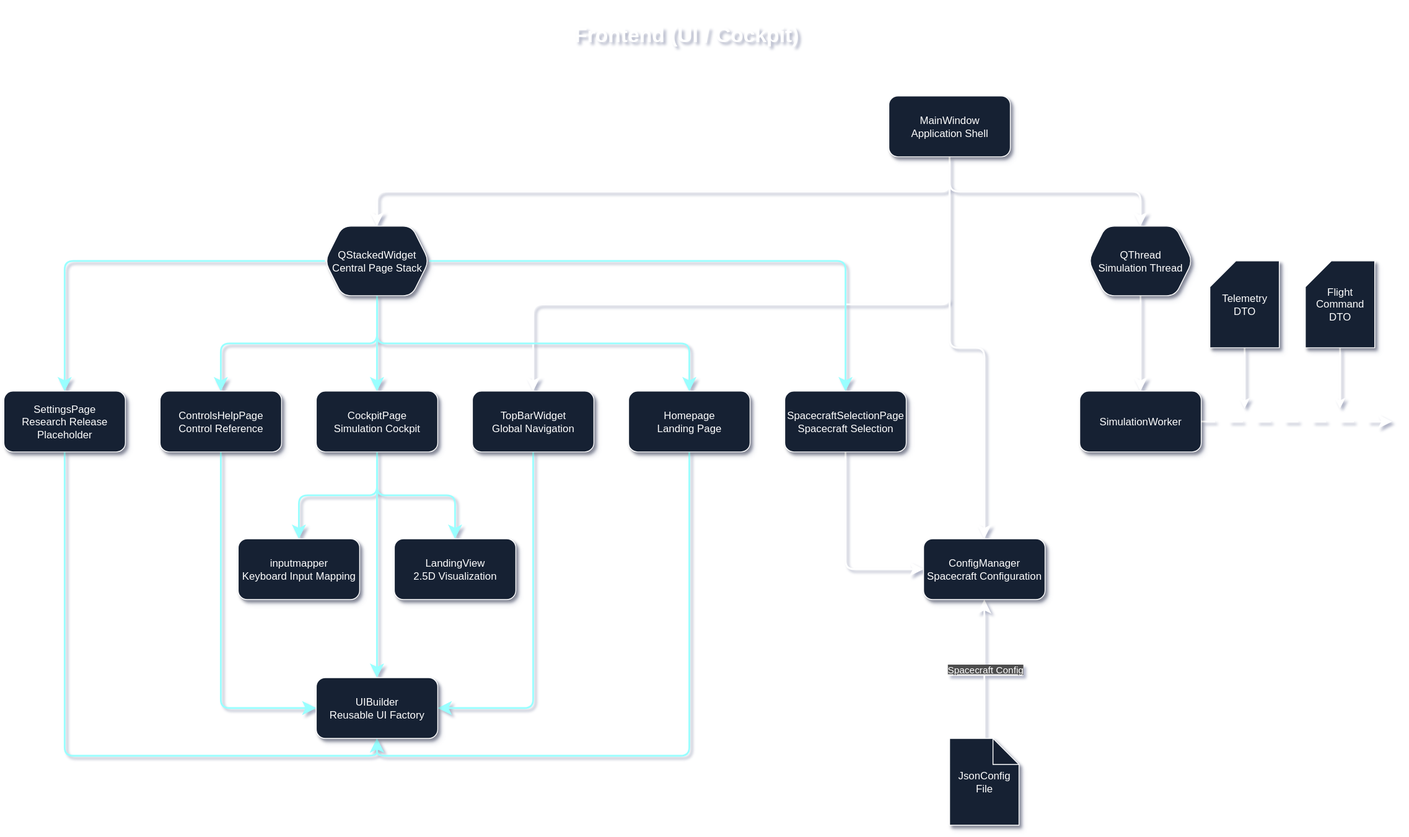
Above: static/img/architecture/FrontEnd.drawio.svg in gerd-lrt-dev/aerospace-simulation (draw.io), before the change. Source tidied: cells renumbered, new cells last; positions are measured from the earlier drawing's top-left corner, leaving out a move shared by most shapes.
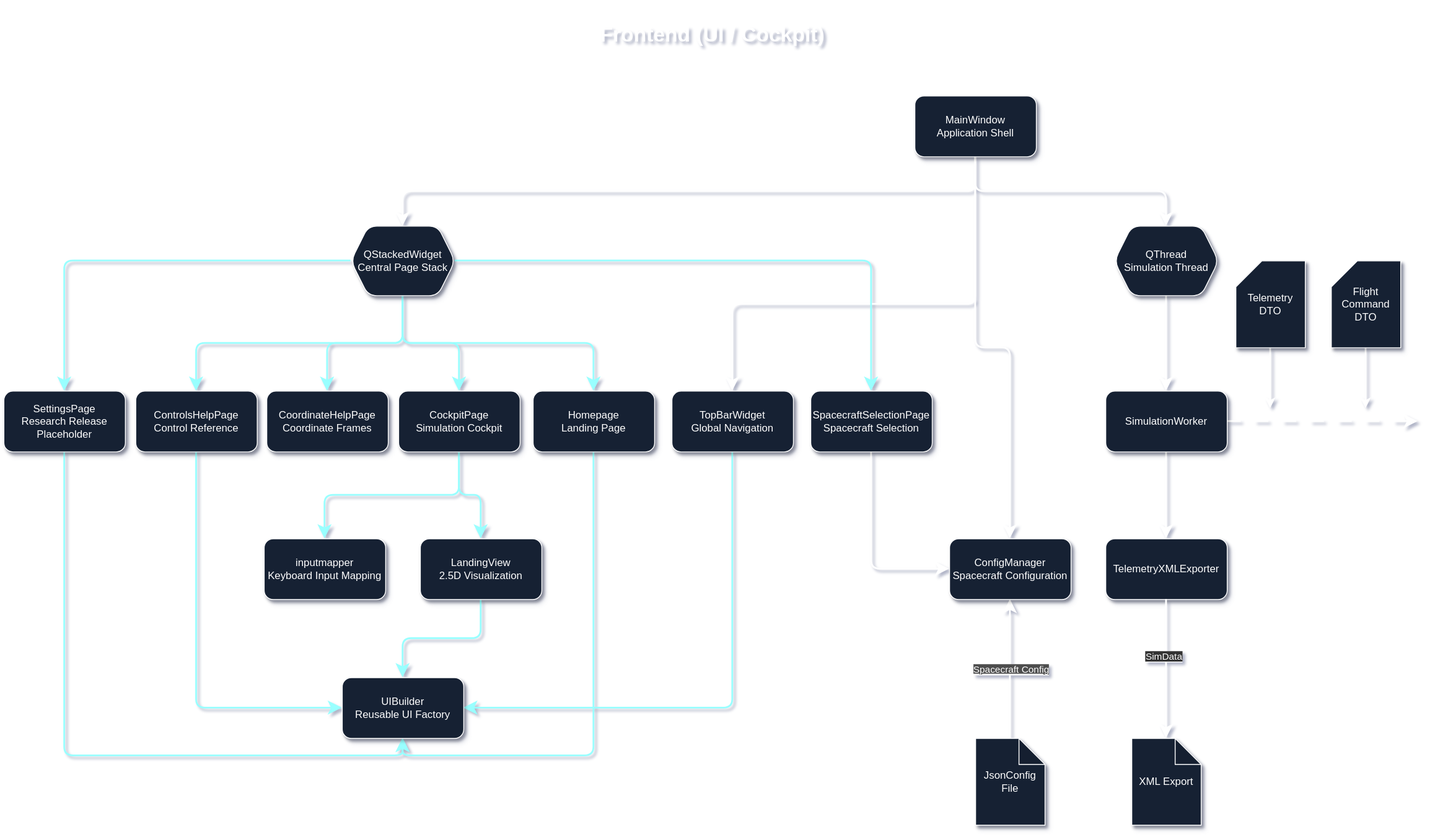
After the change.

Commit message:
Add adapted overview and frontend architecture svg

Diff of the diagram source:
```diff
@@ -35,7 +35,7 @@
       <mxGeometry relative="1" as="geometry">
         <Array as="points">
           <mxPoint x="1090" y="350" />
-          <mxPoint x="610" y="350" />
+          <mxPoint x="810" y="350" />
         </Array>
       </mxGeometry>
     </mxCell>
@@ -50,6 +50,9 @@
         <mxPoint x="1600" y="485" as="targetPoint" />
       </mxGeometry>
     </mxCell>
+    <mxCell id="44" style="edgeStyle=orthogonalEdgeStyle;rounded=1;jettySize=auto;html=1;exitX=0.5;exitY=1;exitDx=0;exitDy=0;entryX=0.5;entryY=0;entryDx=0;entryDy=0;strokeColor=#FFFFFF;strokeWidth=2;align=center;verticalAlign=middle;fontFamily=Helvetica;fontSize=11;fontColor=default;labelBackgroundColor=default;jumpSize=10;startSize=10;endArrow=classic;endSize=10;curved=0;" parent="1" edge="1" source="14" target="49">
+      <mxGeometry relative="1" as="geometry" />
+    </mxCell>
     <mxCell id="14" value="&lt;font color=&quot;#ffffff&quot;&gt;SimulationWorker&lt;/font&gt;" style="rounded=1;whiteSpace=wrap;html=1;strokeColor=#FFFFFF;fillColor=#162133;shadow=1;" parent="1" vertex="1">
       <mxGeometry x="1240" y="450" width="140" height="70" as="geometry" />
     </mxCell>
@@ -74,6 +77,9 @@
     <mxCell id="21" style="edgeStyle=orthogonalEdgeStyle;rounded=1;jettySize=auto;html=1;exitX=0;exitY=0.5;exitDx=0;exitDy=0;entryX=0.5;entryY=0;entryDx=0;entryDy=0;strokeColor=#99FFFF;strokeWidth=2;align=center;verticalAlign=middle;fontFamily=Helvetica;fontSize=11;fontColor=default;labelBackgroundColor=default;jumpSize=10;startSize=10;endArrow=classic;endSize=10;curved=0;" parent="1" edge="1" source="22" target="24">
       <mxGeometry relative="1" as="geometry" />
     </mxCell>
+    <mxCell id="45" style="edgeStyle=orthogonalEdgeStyle;rounded=1;jettySize=auto;html=1;exitX=0.5;exitY=1;exitDx=0;exitDy=0;entryX=0.5;entryY=0;entryDx=0;entryDy=0;strokeColor=#99FFFF;strokeWidth=2;align=center;verticalAlign=middle;fontFamily=Helvetica;fontSize=11;fontColor=default;labelBackgroundColor=default;jumpSize=10;startSize=10;endArrow=classic;endSize=10;curved=0;" parent="1" edge="1" source="22" target="47">
+      <mxGeometry relative="1" as="geometry" />
+    </mxCell>
     <mxCell id="22" value="&lt;font color=&quot;#ffffff&quot;&gt;QStackedWidget&lt;/font&gt;&lt;div&gt;&lt;font color=&quot;#ffffff&quot;&gt;Central Page Stack&lt;/font&gt;&lt;/div&gt;" style="shape=hexagon;perimeter=hexagonPerimeter2;whiteSpace=wrap;html=1;fixedSize=1;rounded=1;shadow=1;strokeColor=#FFFFFF;align=center;verticalAlign=middle;fontFamily=Helvetica;fontSize=12;fontColor=default;fillColor=#162133;" parent="1" vertex="1">
       <mxGeometry x="370" y="260" width="120" height="80" as="geometry" />
     </mxCell>
@@ -81,13 +87,13 @@
       <mxGeometry relative="1" as="geometry" />
     </mxCell>
     <mxCell id="24" value="&lt;font style=&quot;color: rgb(255, 255, 255);&quot;&gt;SettingsPage&lt;/font&gt;&lt;div&gt;&lt;font style=&quot;color: rgb(255, 255, 255);&quot;&gt;Research Release&lt;/font&gt;&lt;/div&gt;&lt;div&gt;&lt;font style=&quot;color: rgb(255, 255, 255);&quot;&gt;Placeholder&lt;/font&gt;&lt;/div&gt;" style="rounded=1;whiteSpace=wrap;html=1;strokeColor=#FFFFFF;fillColor=#162133;shadow=1;" parent="1" vertex="1">
-      <mxGeometry y="450" width="140" height="70" as="geometry" />
+      <mxGeometry x="-30" y="450" width="140" height="70" as="geometry" />
     </mxCell>
     <mxCell id="25" style="edgeStyle=orthogonalEdgeStyle;rounded=1;jettySize=auto;html=1;exitX=0.5;exitY=1;exitDx=0;exitDy=0;entryX=0;entryY=0.5;entryDx=0;entryDy=0;strokeColor=#99FFFF;strokeWidth=2;align=center;verticalAlign=middle;fontFamily=Helvetica;fontSize=11;fontColor=default;labelBackgroundColor=default;jumpSize=10;startSize=10;endArrow=classic;endSize=10;curved=0;" parent="1" edge="1" source="26" target="37">
       <mxGeometry relative="1" as="geometry" />
     </mxCell>
     <mxCell id="26" value="&lt;font color=&quot;#ffffff&quot;&gt;ControlsHelpPage&lt;/font&gt;&lt;div&gt;&lt;font color=&quot;#ffffff&quot;&gt;Control Reference&lt;/font&gt;&lt;/div&gt;" style="rounded=1;whiteSpace=wrap;html=1;strokeColor=#FFFFFF;fillColor=#162133;shadow=1;" parent="1" vertex="1">
-      <mxGeometry x="180" y="450" width="140" height="70" as="geometry" />
+      <mxGeometry x="122" y="450" width="140" height="70" as="geometry" />
     </mxCell>
     <mxCell id="27" style="edgeStyle=orthogonalEdgeStyle;rounded=1;jettySize=auto;html=1;exitX=0.5;exitY=1;exitDx=0;exitDy=0;entryX=0.5;entryY=0;entryDx=0;entryDy=0;strokeColor=#99FFFF;strokeWidth=2;align=center;verticalAlign=middle;fontFamily=Helvetica;fontSize=11;fontColor=default;labelBackgroundColor=default;jumpSize=10;startSize=10;endArrow=classic;endSize=10;curved=0;" parent="1" edge="1" source="30" target="35">
       <mxGeometry relative="1" as="geometry" />
@@ -95,27 +101,27 @@
     <mxCell id="28" style="edgeStyle=orthogonalEdgeStyle;rounded=1;jettySize=auto;html=1;exitX=0.5;exitY=1;exitDx=0;exitDy=0;entryX=0.5;entryY=0;entryDx=0;entryDy=0;strokeColor=#99FFFF;strokeWidth=2;align=center;verticalAlign=middle;fontFamily=Helvetica;fontSize=11;fontColor=default;labelBackgroundColor=default;jumpSize=10;startSize=10;endArrow=classic;endSize=10;curved=0;" parent="1" edge="1" source="30" target="36">
       <mxGeometry relative="1" as="geometry" />
     </mxCell>
-    <mxCell id="29" style="edgeStyle=orthogonalEdgeStyle;rounded=1;jettySize=auto;html=1;exitX=0.5;exitY=1;exitDx=0;exitDy=0;entryX=0.5;entryY=0;entryDx=0;entryDy=0;strokeColor=#99FFFF;strokeWidth=2;align=center;verticalAlign=middle;fontFamily=Helvetica;fontSize=11;fontColor=default;labelBackgroundColor=default;jumpSize=10;startSize=10;endArrow=classic;endSize=10;curved=0;" parent="1" edge="1" source="30" target="37">
-      <mxGeometry relative="1" as="geometry" />
-    </mxCell>
     <mxCell id="30" value="&lt;font color=&quot;#ffffff&quot;&gt;CockpitPage&lt;/font&gt;&lt;div&gt;&lt;font color=&quot;#ffffff&quot;&gt;Simulation Cockpit&lt;/font&gt;&lt;/div&gt;" style="rounded=1;whiteSpace=wrap;html=1;strokeColor=#FFFFFF;fillColor=#162133;shadow=1;" parent="1" vertex="1">
-      <mxGeometry x="360" y="450" width="140" height="70" as="geometry" />
+      <mxGeometry x="425" y="450" width="140" height="70" as="geometry" />
     </mxCell>
     <mxCell id="31" style="edgeStyle=orthogonalEdgeStyle;rounded=1;jettySize=auto;html=1;exitX=0.5;exitY=1;exitDx=0;exitDy=0;entryX=1;entryY=0.5;entryDx=0;entryDy=0;strokeColor=#99FFFF;strokeWidth=2;align=center;verticalAlign=middle;fontFamily=Helvetica;fontSize=11;fontColor=default;labelBackgroundColor=default;jumpSize=10;startSize=10;endArrow=classic;endSize=10;curved=0;" parent="1" edge="1" source="32" target="37">
       <mxGeometry relative="1" as="geometry" />
     </mxCell>
     <mxCell id="32" value="&lt;font color=&quot;#ffffff&quot;&gt;TopBarWidget&lt;/font&gt;&lt;div&gt;&lt;font color=&quot;#ffffff&quot;&gt;Global Navigation&lt;/font&gt;&lt;/div&gt;" style="rounded=1;whiteSpace=wrap;html=1;strokeColor=#FFFFFF;fillColor=#162133;shadow=1;" parent="1" vertex="1">
-      <mxGeometry x="540" y="450" width="140" height="70" as="geometry" />
+      <mxGeometry x="740" y="450" width="140" height="70" as="geometry" />
     </mxCell>
     <mxCell id="33" style="edgeStyle=orthogonalEdgeStyle;rounded=1;jettySize=auto;html=1;exitX=0.5;exitY=1;exitDx=0;exitDy=0;entryX=0.5;entryY=1;entryDx=0;entryDy=0;strokeColor=#99FFFF;strokeWidth=2;align=center;verticalAlign=middle;fontFamily=Helvetica;fontSize=11;fontColor=default;labelBackgroundColor=default;jumpSize=10;startSize=10;endArrow=classic;endSize=10;curved=0;" parent="1" edge="1" source="34" target="37">
       <mxGeometry relative="1" as="geometry" />
     </mxCell>
     <mxCell id="34" value="&lt;font color=&quot;#ffffff&quot;&gt;Homepage&lt;/font&gt;&lt;div&gt;&lt;font color=&quot;#ffffff&quot;&gt;Landing Page&lt;/font&gt;&lt;/div&gt;" style="rounded=1;whiteSpace=wrap;html=1;strokeColor=#FFFFFF;fillColor=#162133;shadow=1;" parent="1" vertex="1">
-      <mxGeometry x="720" y="450" width="140" height="70" as="geometry" />
+      <mxGeometry x="580" y="450" width="140" height="70" as="geometry" />
     </mxCell>
     <mxCell id="35" value="&lt;font style=&quot;color: rgb(255, 255, 255);&quot;&gt;inputmapper&lt;/font&gt;&lt;div&gt;&lt;font style=&quot;color: rgb(255, 255, 255);&quot;&gt;Keyboard Input Mapping&lt;/font&gt;&lt;/div&gt;" style="rounded=1;whiteSpace=wrap;html=1;strokeColor=#FFFFFF;fillColor=#162133;shadow=1;" parent="1" vertex="1">
       <mxGeometry x="270" y="620" width="140" height="70" as="geometry" />
     </mxCell>
+    <mxCell id="46" style="edgeStyle=orthogonalEdgeStyle;rounded=1;jettySize=auto;html=1;exitX=0.5;exitY=1;exitDx=0;exitDy=0;entryX=0.5;entryY=0;entryDx=0;entryDy=0;strokeColor=#99FFFF;strokeWidth=2;align=center;verticalAlign=middle;fontFamily=Helvetica;fontSize=11;fontColor=default;labelBackgroundColor=default;jumpSize=10;startSize=10;endArrow=classic;endSize=10;curved=0;" parent="1" edge="1" source="36" target="37">
+      <mxGeometry relative="1" as="geometry" />
+    </mxCell>
     <mxCell id="36" value="&lt;font color=&quot;#ffffff&quot;&gt;LandingView&lt;/font&gt;&lt;div&gt;&lt;font color=&quot;#ffffff&quot;&gt;2.5D Visualization&lt;/font&gt;&lt;/div&gt;" style="rounded=1;whiteSpace=wrap;html=1;strokeColor=#FFFFFF;fillColor=#162133;shadow=1;" parent="1" vertex="1">
       <mxGeometry x="450" y="620" width="140" height="70" as="geometry" />
     </mxCell>
@@ -142,5 +148,20 @@
     <mxCell id="43" value="&lt;font color=&quot;#ffffff&quot;&gt;Telemetry&lt;/font&gt;&lt;div&gt;&lt;font color=&quot;#ffffff&quot;&gt;DTO&lt;/font&gt;&lt;/div&gt;" style="shape=card;whiteSpace=wrap;html=1;strokeColor=#FFFFFF;fillColor=#162133;shadow=1;rounded=0;align=center;verticalAlign=middle;fontFamily=Helvetica;fontSize=12;fontColor=default;" parent="1" vertex="1">
       <mxGeometry x="1390" y="300" width="80" height="100" as="geometry" />
     </mxCell>
+    <mxCell id="47" value="&lt;font color=&quot;#ffffff&quot;&gt;CoordinateHelpPage&lt;/font&gt;&lt;div&gt;&lt;font color=&quot;#ffffff&quot;&gt;Coordinate Frames&lt;/font&gt;&lt;/div&gt;" style="rounded=1;whiteSpace=wrap;html=1;strokeColor=#FFFFFF;fillColor=#162133;shadow=1;" parent="1" vertex="1">
+      <mxGeometry x="273" y="450" width="140" height="70" as="geometry" />
+    </mxCell>
+    <mxCell id="48" value="&lt;font color=&quot;#ffffff&quot;&gt;XML Export&lt;/font&gt;" style="shape=note;whiteSpace=wrap;html=1;backgroundOutline=1;darkOpacity=0.05;strokeColor=#FFFFFF;fillColor=#162133;shadow=1;" parent="1" vertex="1">
+      <mxGeometry x="1270" y="850" width="80" height="100" as="geometry" />
+    </mxCell>
+    <mxCell id="49" value="&lt;font color=&quot;#ffffff&quot;&gt;TelemetryXMLExporter&lt;/font&gt;" style="rounded=1;whiteSpace=wrap;html=1;strokeColor=#FFFFFF;fillColor=#162133;shadow=1;" parent="1" vertex="1">
+      <mxGeometry x="1240" y="620" width="140" height="70" as="geometry" />
+    </mxCell>
+    <mxCell id="50" style="edgeStyle=orthogonalEdgeStyle;rounded=1;jettySize=auto;html=1;exitX=0.5;exitY=1;exitDx=0;exitDy=0;entryX=0.5;entryY=0;entryDx=0;entryDy=0;entryPerimeter=0;strokeColor=#FFFFFF;strokeWidth=2;align=center;verticalAlign=middle;fontFamily=Helvetica;fontSize=11;fontColor=default;labelBackgroundColor=default;jumpSize=10;startSize=10;endArrow=classic;endSize=10;curved=0;" parent="1" edge="1" source="49" target="48">
+      <mxGeometry relative="1" as="geometry" />
+    </mxCell>
+    <mxCell id="51" value="&lt;span style=&quot;background-color: rgb(51, 51, 51); color: rgb(255, 255, 255);&quot;&gt;SimData&lt;/span&gt;" style="edgeLabel;html=1;align=center;verticalAlign=middle;" parent="50" vertex="1">
+      <mxGeometry x="-0.19" y="-4" relative="1" as="geometry" />
+    </mxCell>
   </root>
 </mxGraphModel>
```
